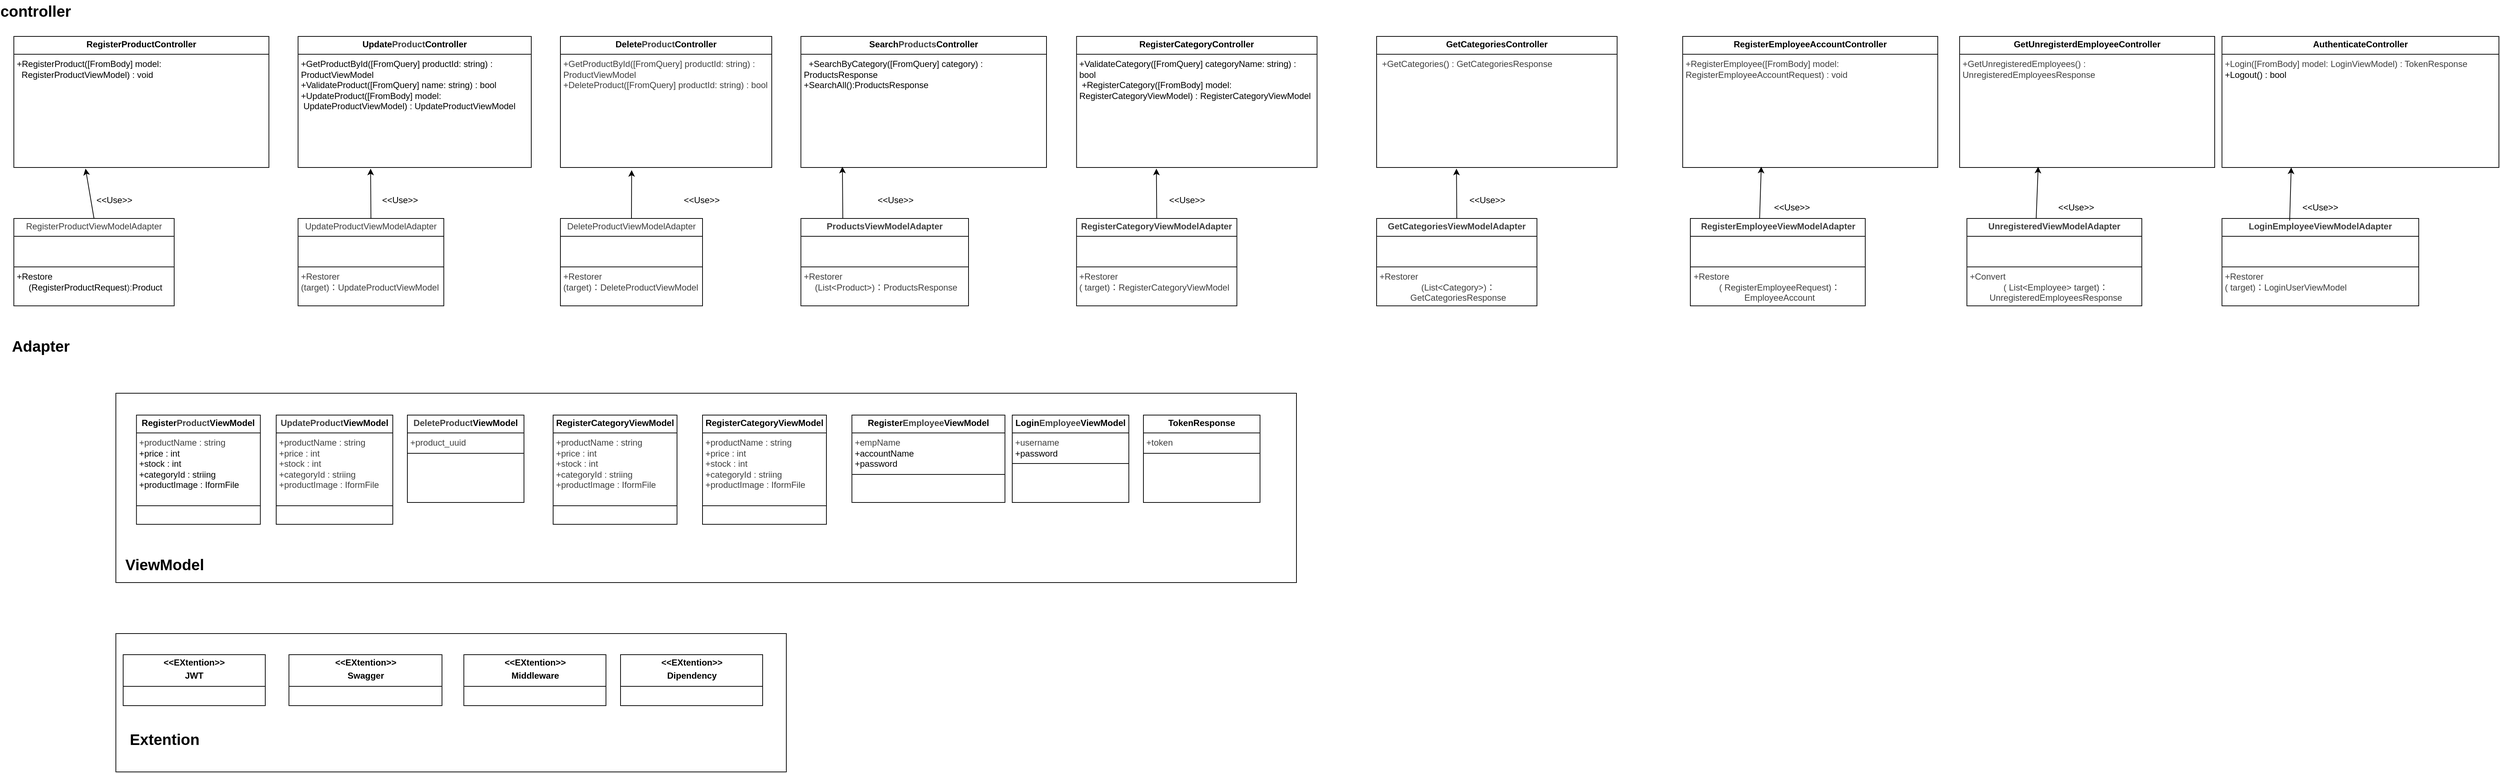
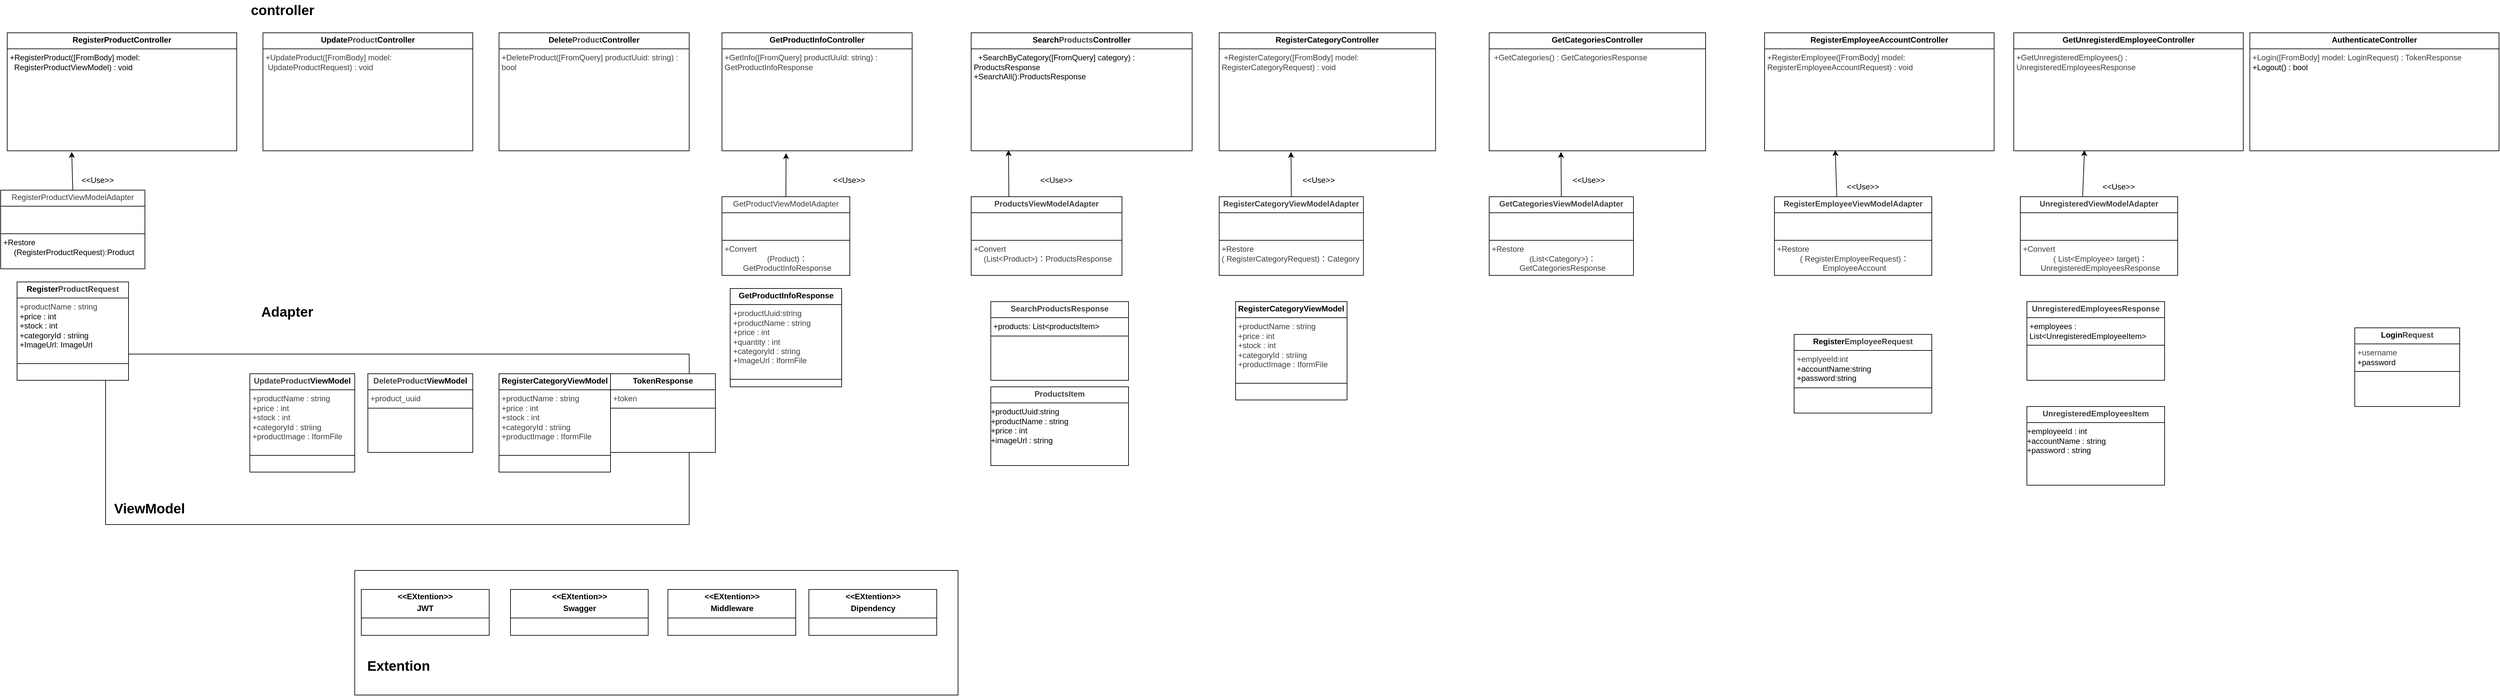
<mxfile host="65bd71144e">
    <diagram id="EApjV0AEF5bl3lN2ML2e" name="ページ1">
-         <mxGraphModel dx="1728" dy="364" grid="1" gridSize="10" guides="1" tooltips="1" connect="1" arrows="1" fold="1" page="1" pageScale="1" pageWidth="827" pageHeight="1169" math="0" shadow="0">
+         <mxGraphModel dx="3223" dy="623" grid="1" gridSize="10" guides="1" tooltips="1" connect="1" arrows="1" fold="1" page="1" pageScale="1" pageWidth="827" pageHeight="1169" math="0" shadow="0">
            <root>
                <mxCell id="0"/>
                <mxCell id="1" parent="0"/>
                <mxCell id="66" value="" style="rounded=0;whiteSpace=wrap;html=1;" parent="1" vertex="1">
                    <mxGeometry x="-450" y="1690" width="920" height="190" as="geometry"/>
                </mxCell>
                <mxCell id="65" value="" style="rounded=0;whiteSpace=wrap;html=1;" parent="1" vertex="1">
-                     <mxGeometry x="-450" y="1360" width="1620" height="260" as="geometry"/>
+                     <mxGeometry x="-830" y="1360" width="890" height="260" as="geometry"/>
                </mxCell>
                <mxCell id="2" value="&lt;p style=&quot;margin:0px;margin-top:4px;text-align:center;&quot;&gt;&lt;b&gt;RegisterProductController&lt;/b&gt;&lt;/p&gt;&lt;hr size=&quot;1&quot; style=&quot;border-style:solid;&quot;&gt;&lt;p style=&quot;margin:0px;margin-left:4px;&quot;&gt;+RegisterProduct([FromBody] model:&amp;nbsp; &amp;nbsp;&amp;nbsp;&lt;/p&gt;&lt;p style=&quot;margin:0px;margin-left:4px;&quot;&gt;&amp;nbsp; RegisterProductViewModel) : void&lt;/p&gt;&lt;div&gt;&lt;br&gt;&lt;/div&gt;" style="verticalAlign=top;align=left;overflow=fill;html=1;whiteSpace=wrap;" parent="1" vertex="1">
-                     <mxGeometry x="-590" y="870" width="350" height="180" as="geometry"/>
+                     <mxGeometry x="-980" y="870" width="350" height="180" as="geometry"/>
                </mxCell>
-                 <mxCell id="3" value="&lt;p style=&quot;margin:0px;margin-top:4px;text-align:center;&quot;&gt;&lt;b&gt;Register&lt;span style=&quot;color: rgb(63, 63, 63);&quot;&gt;Product&lt;/span&gt;ViewModel&lt;/b&gt;&lt;/p&gt;&lt;hr size=&quot;1&quot; style=&quot;border-style:solid;&quot;&gt;&lt;p style=&quot;margin:0px;margin-left:4px;&quot;&gt;&lt;span style=&quot;color: rgb(63, 63, 63); background-color: transparent;&quot;&gt;+productName : string&lt;/span&gt;&lt;/p&gt;&lt;p style=&quot;margin:0px;margin-left:4px;&quot;&gt;+price : int&lt;/p&gt;&lt;p style=&quot;margin:0px;margin-left:4px;&quot;&gt;+stock : int&lt;/p&gt;&lt;p style=&quot;margin:0px;margin-left:4px;&quot;&gt;+categoryId : striing&lt;/p&gt;&lt;p style=&quot;margin:0px;margin-left:4px;&quot;&gt;+productImage : IformFile&lt;/p&gt;&lt;p style=&quot;margin:0px;margin-left:4px;&quot;&gt;&lt;br&gt;&lt;/p&gt;&lt;hr size=&quot;1&quot; style=&quot;border-style:solid;&quot;&gt;&lt;p style=&quot;margin:0px;margin-left:4px;&quot;&gt;&lt;br&gt;&lt;/p&gt;" style="verticalAlign=top;align=left;overflow=fill;html=1;whiteSpace=wrap;" parent="1" vertex="1">
-                     <mxGeometry x="-421.75" y="1390" width="170" height="150" as="geometry"/>
+                 <mxCell id="3" value="&lt;p style=&quot;margin:0px;margin-top:4px;text-align:center;&quot;&gt;&lt;b&gt;Register&lt;span style=&quot;color: rgb(63, 63, 63);&quot;&gt;ProductRequest&lt;/span&gt;&lt;/b&gt;&lt;/p&gt;&lt;hr size=&quot;1&quot; style=&quot;border-style:solid;&quot;&gt;&lt;p style=&quot;margin:0px;margin-left:4px;&quot;&gt;&lt;span style=&quot;color: rgb(63, 63, 63); background-color: transparent;&quot;&gt;+productName : string&lt;/span&gt;&lt;/p&gt;&lt;p style=&quot;margin:0px;margin-left:4px;&quot;&gt;+price : int&lt;/p&gt;&lt;p style=&quot;margin:0px;margin-left:4px;&quot;&gt;+stock : int&lt;/p&gt;&lt;p style=&quot;margin:0px;margin-left:4px;&quot;&gt;+categoryId : striing&lt;/p&gt;&lt;p style=&quot;margin:0px;margin-left:4px;&quot;&gt;+ImageUrl: ImageUrl&lt;/p&gt;&lt;p style=&quot;margin:0px;margin-left:4px;&quot;&gt;&lt;br&gt;&lt;/p&gt;&lt;hr size=&quot;1&quot; style=&quot;border-style:solid;&quot;&gt;&lt;p style=&quot;margin:0px;margin-left:4px;&quot;&gt;&lt;br&gt;&lt;/p&gt;" style="verticalAlign=top;align=left;overflow=fill;html=1;whiteSpace=wrap;" parent="1" vertex="1">
+                     <mxGeometry x="-965" y="1250" width="170" height="150" as="geometry"/>
                </mxCell>
                <mxCell id="4" value="&lt;p style=&quot;margin:0px;margin-top:4px;text-align:center;&quot;&gt;&lt;span style=&quot;color: rgb(63, 63, 63); background-color: transparent;&quot;&gt;Register&lt;span style=&quot;color: rgb(63, 63, 63); scrollbar-color: rgb(226, 226, 226) rgb(251, 251, 251);&quot;&gt;Product&lt;/span&gt;ViewModelAdapter&lt;/span&gt;&lt;/p&gt;&lt;hr size=&quot;1&quot; style=&quot;border-style:solid;&quot;&gt;&lt;p style=&quot;margin:0px;margin-left:4px;&quot;&gt;&lt;br&gt;&lt;/p&gt;&lt;p style=&quot;margin:0px;margin-left:4px;&quot;&gt;&lt;br&gt;&lt;/p&gt;&lt;hr size=&quot;1&quot; style=&quot;border-style:solid;&quot;&gt;&lt;p style=&quot;margin:0px;margin-left:4px;&quot;&gt;+Restore&lt;/p&gt;&lt;p style=&quot;text-align: center; margin: 0px 0px 0px 4px;&quot;&gt;&lt;span style=&quot;background-color: transparent;&quot;&gt;(RegisterProductRequest&lt;/span&gt;&lt;span style=&quot;background-color: transparent; color: rgb(63, 63, 63);&quot;&gt;):&lt;/span&gt;&lt;span style=&quot;background-color: transparent;&quot;&gt;Product&lt;/span&gt;&lt;/p&gt;" style="verticalAlign=top;align=left;overflow=fill;html=1;whiteSpace=wrap;" parent="1" vertex="1">
-                     <mxGeometry x="-590" y="1120" width="220" height="120" as="geometry"/>
+                     <mxGeometry x="-990" y="1110" width="220" height="120" as="geometry"/>
                </mxCell>
-                 <mxCell id="5" value="&lt;p style=&quot;margin:0px;margin-top:4px;text-align:center;&quot;&gt;&lt;b&gt;Update&lt;/b&gt;&lt;b style=&quot;color: rgb(63, 63, 63); scrollbar-color: rgb(226, 226, 226) rgb(251, 251, 251);&quot;&gt;Product&lt;/b&gt;&lt;b&gt;Controller&lt;/b&gt;&lt;/p&gt;&lt;hr size=&quot;1&quot; style=&quot;border-style:solid;&quot;&gt;&lt;p style=&quot;margin:0px;margin-left:4px;&quot;&gt;&lt;/p&gt;&lt;p style=&quot;margin:0px;margin-left:4px;&quot;&gt;+GetProductById([FromQuery] productId: string) : ProductViewModel&amp;nbsp;&lt;/p&gt;&lt;p style=&quot;margin:0px;margin-left:4px;&quot;&gt;+ValidateProduct([FromQuery] name: string) : bool&lt;br&gt;  +UpdateProduct([FromBody] model:&amp;nbsp; &amp;nbsp;UpdateProductViewModel) : UpdateProductViewModel&lt;/p&gt;" style="verticalAlign=top;align=left;overflow=fill;html=1;whiteSpace=wrap;" parent="1" vertex="1">
-                     <mxGeometry x="-200" y="870" width="320" height="180" as="geometry"/>
+                 <mxCell id="5" value="&lt;p style=&quot;margin:0px;margin-top:4px;text-align:center;&quot;&gt;&lt;b&gt;Update&lt;/b&gt;&lt;b style=&quot;color: rgb(63, 63, 63); scrollbar-color: rgb(226, 226, 226) rgb(251, 251, 251);&quot;&gt;Product&lt;/b&gt;&lt;b&gt;Controller&lt;/b&gt;&lt;/p&gt;&lt;hr size=&quot;1&quot; style=&quot;border-style:solid;&quot;&gt;&lt;p style=&quot;margin:0px;margin-left:4px;&quot;&gt;&lt;/p&gt;&lt;p style=&quot;margin:0px;margin-left:4px;&quot;&gt;&lt;span style=&quot;color: rgb(63, 63, 63); background-color: transparent;&quot;&gt;+UpdateProduct([FromBody] model:&amp;nbsp; &amp;nbsp;UpdateProductRequest) : void&lt;/span&gt;&lt;/p&gt;" style="verticalAlign=top;align=left;overflow=fill;html=1;whiteSpace=wrap;" parent="1" vertex="1">
+                     <mxGeometry x="-590" y="870" width="320" height="180" as="geometry"/>
                </mxCell>
-                 <mxCell id="6" value="&lt;p style=&quot;margin:0px;margin-top:4px;text-align:center;&quot;&gt;&lt;b&gt;Delete&lt;/b&gt;&lt;b style=&quot;color: rgb(63, 63, 63); scrollbar-color: rgb(226, 226, 226) rgb(251, 251, 251);&quot;&gt;Product&lt;/b&gt;&lt;b&gt;Controller&lt;/b&gt;&lt;/p&gt;&lt;hr size=&quot;1&quot; style=&quot;border-style:solid;&quot;&gt;&lt;p style=&quot;color: rgb(63, 63, 63); scrollbar-color: rgb(226, 226, 226) rgb(251, 251, 251); margin: 0px 0px 0px 4px;&quot;&gt;+GetProductById([FromQuery] productId: string) : ProductViewModel&lt;/p&gt;&lt;p style=&quot;color: rgb(63, 63, 63); scrollbar-color: rgb(226, 226, 226) rgb(251, 251, 251); margin: 0px 0px 0px 4px;&quot;&gt;+DeleteProduct([FromQuery] productId: string) : bool&lt;/p&gt;" style="verticalAlign=top;align=left;overflow=fill;html=1;whiteSpace=wrap;" parent="1" vertex="1">
-                     <mxGeometry x="160" y="870" width="290" height="180" as="geometry"/>
+                 <mxCell id="6" value="&lt;p style=&quot;margin:0px;margin-top:4px;text-align:center;&quot;&gt;&lt;b&gt;Delete&lt;/b&gt;&lt;b style=&quot;color: rgb(63, 63, 63); scrollbar-color: rgb(226, 226, 226) rgb(251, 251, 251);&quot;&gt;Product&lt;/b&gt;&lt;b&gt;Controller&lt;/b&gt;&lt;/p&gt;&lt;hr size=&quot;1&quot; style=&quot;border-style:solid;&quot;&gt;&lt;p style=&quot;color: rgb(63, 63, 63); scrollbar-color: rgb(226, 226, 226) rgb(251, 251, 251); margin: 0px 0px 0px 4px;&quot;&gt;&lt;span style=&quot;background-color: transparent;&quot;&gt;+DeleteProduct([FromQuery] productUuid: string) : bool&lt;/span&gt;&lt;/p&gt;" style="verticalAlign=top;align=left;overflow=fill;html=1;whiteSpace=wrap;" parent="1" vertex="1">
+                     <mxGeometry x="-230" y="870" width="290" height="180" as="geometry"/>
                </mxCell>
                <mxCell id="7" value="&lt;p style=&quot;margin:0px;margin-top:4px;text-align:center;&quot;&gt;&lt;b&gt;Search&lt;/b&gt;&lt;b style=&quot;color: rgb(63, 63, 63); scrollbar-color: rgb(226, 226, 226) rgb(251, 251, 251);&quot;&gt;Products&lt;/b&gt;&lt;b&gt;Controller&lt;/b&gt;&lt;/p&gt;&lt;hr size=&quot;1&quot; style=&quot;border-style:solid;&quot;&gt;&lt;p style=&quot;margin:0px;margin-left:4px;&quot;&gt;&amp;nbsp; +SearchByCategory([FromQuery] category) : ProductsResponse&lt;/p&gt;&lt;p style=&quot;margin:0px;margin-left:4px;&quot;&gt;+SearchAll():ProductsResponse&lt;/p&gt;" style="verticalAlign=top;align=left;overflow=fill;html=1;whiteSpace=wrap;" parent="1" vertex="1">
                    <mxGeometry x="490" y="870" width="337" height="180" as="geometry"/>
                </mxCell>
                <mxCell id="8" value="&lt;p style=&quot;margin:0px;margin-top:4px;text-align:center;&quot;&gt;&lt;b&gt;RegisterEmployeeAccountController&lt;/b&gt;&lt;/p&gt;&lt;hr size=&quot;1&quot; style=&quot;border-style:solid;&quot;&gt;&lt;p style=&quot;margin:0px;margin-left:4px;&quot;&gt;&lt;span style=&quot;color: rgb(63, 63, 63); background-color: transparent;&quot;&gt;+RegisterEmployee([FromBody] model: RegisterEmployeeAccountRequest) : void&lt;/span&gt;&lt;/p&gt;&lt;div&gt;&lt;br&gt;&lt;/div&gt;" style="verticalAlign=top;align=left;overflow=fill;html=1;whiteSpace=wrap;" parent="1" vertex="1">
                    <mxGeometry x="1700" y="870" width="350" height="180" as="geometry"/>
                </mxCell>
-                 <mxCell id="9" value="&lt;p style=&quot;margin:0px;margin-top:4px;text-align:center;&quot;&gt;&lt;b&gt;AuthenticateController&lt;/b&gt;&lt;/p&gt;&lt;hr size=&quot;1&quot; style=&quot;border-style:solid;&quot;&gt;&lt;p style=&quot;margin:0px;margin-left:4px;&quot;&gt;&lt;span style=&quot;color: rgb(63, 63, 63); background-color: transparent;&quot;&gt;+Login([FromBody] model: LoginViewModel) : TokenResponse&amp;nbsp;&lt;/span&gt;&lt;/p&gt;&lt;p style=&quot;margin:0px;margin-left:4px;&quot;&gt;+Logout() : bool&lt;/p&gt;" style="verticalAlign=top;align=left;overflow=fill;html=1;whiteSpace=wrap;" parent="1" vertex="1">
+                 <mxCell id="9" value="&lt;p style=&quot;margin:0px;margin-top:4px;text-align:center;&quot;&gt;&lt;b&gt;AuthenticateController&lt;/b&gt;&lt;/p&gt;&lt;hr size=&quot;1&quot; style=&quot;border-style:solid;&quot;&gt;&lt;p style=&quot;margin:0px;margin-left:4px;&quot;&gt;&lt;span style=&quot;color: rgb(63, 63, 63); background-color: transparent;&quot;&gt;+Login([FromBody] model: LoginRequest) : TokenResponse&amp;nbsp;&lt;/span&gt;&lt;/p&gt;&lt;p style=&quot;margin:0px;margin-left:4px;&quot;&gt;+Logout() : bool&lt;/p&gt;" style="verticalAlign=top;align=left;overflow=fill;html=1;whiteSpace=wrap;" parent="1" vertex="1">
                    <mxGeometry x="2440" y="870" width="380" height="180" as="geometry"/>
                </mxCell>
                <mxCell id="10" value="&lt;p style=&quot;margin:0px;margin-top:4px;text-align:center;&quot;&gt;&lt;b&gt;&lt;span style=&quot;background-color: transparent; color: rgb(63, 63, 63); scrollbar-color: rgb(226, 226, 226) rgb(251, 251, 251);&quot;&gt;Update&lt;/span&gt;&lt;span style=&quot;color: rgb(63, 63, 63);&quot;&gt;Product&lt;/span&gt;ViewModel&lt;/b&gt;&lt;/p&gt;&lt;hr size=&quot;1&quot; style=&quot;border-style:solid;&quot;&gt;&lt;p style=&quot;color: rgb(63, 63, 63); scrollbar-color: rgb(226, 226, 226) rgb(251, 251, 251); margin: 0px 0px 0px 4px;&quot;&gt;&lt;span style=&quot;scrollbar-color: rgb(226, 226, 226) rgb(251, 251, 251); background-color: transparent; color: rgb(63, 63, 63);&quot;&gt;+productName : string&lt;/span&gt;&lt;/p&gt;&lt;p style=&quot;color: rgb(63, 63, 63); scrollbar-color: rgb(226, 226, 226) rgb(251, 251, 251); margin: 0px 0px 0px 4px;&quot;&gt;+price : int&lt;/p&gt;&lt;p style=&quot;color: rgb(63, 63, 63); scrollbar-color: rgb(226, 226, 226) rgb(251, 251, 251); margin: 0px 0px 0px 4px;&quot;&gt;+stock : int&lt;/p&gt;&lt;p style=&quot;color: rgb(63, 63, 63); scrollbar-color: rgb(226, 226, 226) rgb(251, 251, 251); margin: 0px 0px 0px 4px;&quot;&gt;+categoryId : striing&lt;/p&gt;&lt;p style=&quot;color: rgb(63, 63, 63); scrollbar-color: rgb(226, 226, 226) rgb(251, 251, 251); margin: 0px 0px 0px 4px;&quot;&gt;+productImage : IformFile&lt;/p&gt;&lt;p style=&quot;color: rgb(63, 63, 63); scrollbar-color: rgb(226, 226, 226) rgb(251, 251, 251); margin: 0px 0px 0px 4px;&quot;&gt;&lt;br style=&quot;color: rgb(63, 63, 63); scrollbar-color: rgb(226, 226, 226) rgb(251, 251, 251);&quot;&gt;&lt;/p&gt;&lt;hr size=&quot;1&quot; style=&quot;border-style:solid;&quot;&gt;&lt;p style=&quot;margin:0px;margin-left:4px;&quot;&gt;&lt;br&gt;&lt;/p&gt;" style="verticalAlign=top;align=left;overflow=fill;html=1;whiteSpace=wrap;" parent="1" vertex="1">
-                     <mxGeometry x="-230" y="1390" width="160" height="150" as="geometry"/>
+                     <mxGeometry x="-610" y="1390" width="160" height="150" as="geometry"/>
                </mxCell>
                <mxCell id="11" value="&lt;p style=&quot;margin:0px;margin-top:4px;text-align:center;&quot;&gt;&lt;b style=&quot;background-color: transparent; color: rgb(63, 63, 63); scrollbar-color: rgb(226, 226, 226) rgb(251, 251, 251);&quot;&gt;Delete&lt;/b&gt;&lt;b style=&quot;color: rgb(63, 63, 63); scrollbar-color: rgb(226, 226, 226) rgb(251, 251, 251);&quot;&gt;Product&lt;/b&gt;&lt;b&gt;ViewModel&lt;/b&gt;&lt;/p&gt;&lt;hr size=&quot;1&quot; style=&quot;border-style:solid;&quot;&gt;&lt;p style=&quot;margin:0px;margin-left:4px;&quot;&gt;&lt;span style=&quot;color: rgb(63, 63, 63); background-color: transparent;&quot;&gt;+product_uuid&lt;/span&gt;&lt;/p&gt;&lt;hr size=&quot;1&quot; style=&quot;border-style:solid;&quot;&gt;&lt;p style=&quot;margin:0px;margin-left:4px;&quot;&gt;&lt;br&gt;&lt;/p&gt;" style="verticalAlign=top;align=left;overflow=fill;html=1;whiteSpace=wrap;" parent="1" vertex="1">
-                     <mxGeometry x="-50" y="1390" width="160" height="120" as="geometry"/>
+                     <mxGeometry x="-430" y="1390" width="160" height="120" as="geometry"/>
                </mxCell>
-                 <mxCell id="12" value="&lt;p style=&quot;margin:0px;margin-top:4px;text-align:center;&quot;&gt;&lt;b&gt;Register&lt;/b&gt;&lt;b style=&quot;scrollbar-color: rgb(226, 226, 226) rgb(251, 251, 251); background-color: transparent; color: rgb(63, 63, 63);&quot;&gt;Employee&lt;/b&gt;&lt;b&gt;ViewModel&lt;/b&gt;&lt;/p&gt;&lt;hr size=&quot;1&quot; style=&quot;border-style:solid;&quot;&gt;&lt;p style=&quot;margin:0px;margin-left:4px;&quot;&gt;&lt;span style=&quot;color: rgb(63, 63, 63); background-color: transparent;&quot;&gt;+empName&lt;/span&gt;&lt;/p&gt;&lt;p style=&quot;margin:0px;margin-left:4px;&quot;&gt;+accountName&lt;/p&gt;&lt;p style=&quot;margin:0px;margin-left:4px;&quot;&gt;+password&lt;/p&gt;&lt;hr size=&quot;1&quot; style=&quot;border-style:solid;&quot;&gt;&lt;p style=&quot;margin:0px;margin-left:4px;&quot;&gt;&lt;br&gt;&lt;/p&gt;" style="verticalAlign=top;align=left;overflow=fill;html=1;whiteSpace=wrap;" parent="1" vertex="1">
-                     <mxGeometry x="560" y="1390" width="210" height="120" as="geometry"/>
+                 <mxCell id="12" value="&lt;p style=&quot;margin:0px;margin-top:4px;text-align:center;&quot;&gt;&lt;b&gt;Register&lt;/b&gt;&lt;b style=&quot;scrollbar-color: rgb(226, 226, 226) rgb(251, 251, 251); background-color: transparent; color: rgb(63, 63, 63);&quot;&gt;EmployeeRequest&lt;/b&gt;&lt;/p&gt;&lt;hr size=&quot;1&quot; style=&quot;border-style:solid;&quot;&gt;&lt;p style=&quot;margin:0px;margin-left:4px;&quot;&gt;&lt;span style=&quot;color: rgb(63, 63, 63); background-color: transparent;&quot;&gt;+emplyeeId:int&lt;/span&gt;&lt;/p&gt;&lt;p style=&quot;margin:0px;margin-left:4px;&quot;&gt;+accountName:string&lt;/p&gt;&lt;p style=&quot;margin:0px;margin-left:4px;&quot;&gt;+password:string&lt;/p&gt;&lt;hr size=&quot;1&quot; style=&quot;border-style:solid;&quot;&gt;&lt;p style=&quot;margin:0px;margin-left:4px;&quot;&gt;&lt;br&gt;&lt;/p&gt;" style="verticalAlign=top;align=left;overflow=fill;html=1;whiteSpace=wrap;" parent="1" vertex="1">
+                     <mxGeometry x="1745" y="1330" width="210" height="120" as="geometry"/>
                </mxCell>
                <mxCell id="13" value="&lt;p style=&quot;margin:0px;margin-top:4px;text-align:center;&quot;&gt;&lt;b style=&quot;color: rgb(63, 63, 63); background-color: transparent;&quot;&gt;Register&lt;span style=&quot;color: rgb(63, 63, 63);&quot;&gt;Employee&lt;/span&gt;ViewModelAdapter&lt;/b&gt;&lt;/p&gt;&lt;hr size=&quot;1&quot; style=&quot;border-style:solid;&quot;&gt;&lt;p style=&quot;margin:0px;margin-left:4px;&quot;&gt;&lt;br&gt;&lt;/p&gt;&lt;p style=&quot;margin:0px;margin-left:4px;&quot;&gt;&lt;br&gt;&lt;/p&gt;&lt;hr size=&quot;1&quot; style=&quot;border-style:solid;&quot;&gt;&lt;p style=&quot;margin:0px;margin-left:4px;&quot;&gt;&lt;span style=&quot;color: rgb(63, 63, 63); scrollbar-color: rgb(226, 226, 226) rgb(251, 251, 251); background-color: transparent;&quot;&gt;+Restore&lt;/span&gt;&lt;/p&gt;&lt;p style=&quot;text-align: center; margin: 0px 0px 0px 4px;&quot;&gt;&lt;span style=&quot;color: rgb(63, 63, 63); scrollbar-color: rgb(226, 226, 226) rgb(251, 251, 251); background-color: transparent;&quot;&gt;(&lt;/span&gt;&lt;span style=&quot;scrollbar-color: rgb(226, 226, 226) rgb(251, 251, 251); background-color: transparent; text-align: center; color: rgb(63, 63, 63);&quot;&gt;&amp;nbsp;RegisterEmployeeRequest&lt;/span&gt;&lt;span style=&quot;background-color: transparent; scrollbar-color: rgb(226, 226, 226) rgb(251, 251, 251); color: rgb(63, 63, 63);&quot;&gt;)&lt;/span&gt;&lt;span style=&quot;background-color: transparent; color: rgb(63, 63, 63);&quot;&gt;：EmployeeAccount&lt;/span&gt;&lt;/p&gt;" style="verticalAlign=top;align=left;overflow=fill;html=1;whiteSpace=wrap;" parent="1" vertex="1">
-                     <mxGeometry x="1710.5" y="1120" width="240" height="120" as="geometry"/>
+                     <mxGeometry x="1715" y="1120" width="240" height="120" as="geometry"/>
                </mxCell>
-                 <mxCell id="14" value="&lt;p style=&quot;margin:0px;margin-top:4px;text-align:center;&quot;&gt;&lt;span style=&quot;color: rgb(63, 63, 63); background-color: transparent;&quot;&gt;Update&lt;span style=&quot;color: rgb(63, 63, 63);&quot;&gt;Product&lt;/span&gt;ViewModelAdapter&lt;/span&gt;&lt;/p&gt;&lt;hr size=&quot;1&quot; style=&quot;border-style:solid;&quot;&gt;&lt;p style=&quot;margin:0px;margin-left:4px;&quot;&gt;&lt;br&gt;&lt;/p&gt;&lt;p style=&quot;margin:0px;margin-left:4px;&quot;&gt;&lt;br&gt;&lt;/p&gt;&lt;hr size=&quot;1&quot; style=&quot;border-style:solid;&quot;&gt;&lt;p style=&quot;margin:0px;margin-left:4px;&quot;&gt;&lt;span style=&quot;color: rgb(63, 63, 63); scrollbar-color: rgb(226, 226, 226) rgb(251, 251, 251); background-color: transparent;&quot;&gt;+Restorer&lt;/span&gt;&lt;/p&gt;&lt;p style=&quot;margin:0px;margin-left:4px;&quot;&gt;&lt;span style=&quot;color: rgb(63, 63, 63); scrollbar-color: rgb(226, 226, 226) rgb(251, 251, 251); background-color: transparent;&quot;&gt;(&lt;/span&gt;&lt;span style=&quot;color: rgb(63, 63, 63); text-align: center; background-color: transparent;&quot;&gt;target&lt;/span&gt;&lt;span style=&quot;background-color: transparent; scrollbar-color: rgb(226, 226, 226) rgb(251, 251, 251); color: rgb(63, 63, 63);&quot;&gt;)&lt;/span&gt;&lt;span style=&quot;background-color: transparent; color: rgb(63, 63, 63);&quot;&gt;：&lt;/span&gt;&lt;span style=&quot;background-color: transparent; scrollbar-color: rgb(226, 226, 226) rgb(251, 251, 251); color: rgb(63, 63, 63);&quot;&gt;UpdateProduct&lt;/span&gt;&lt;span style=&quot;background-color: transparent; scrollbar-color: rgb(226, 226, 226) rgb(251, 251, 251); text-align: center; color: rgb(63, 63, 63);&quot;&gt;ViewModel&lt;/span&gt;&lt;/p&gt;" style="verticalAlign=top;align=left;overflow=fill;html=1;whiteSpace=wrap;" parent="1" vertex="1">
-                     <mxGeometry x="-200" y="1120" width="200" height="120" as="geometry"/>
-                 </mxCell>
-                 <mxCell id="15" value="&lt;p style=&quot;margin:0px;margin-top:4px;text-align:center;&quot;&gt;&lt;span style=&quot;color: rgb(63, 63, 63); background-color: transparent;&quot;&gt;Delete&lt;span style=&quot;color: rgb(63, 63, 63);&quot;&gt;Product&lt;/span&gt;ViewModelAdapter&lt;/span&gt;&lt;/p&gt;&lt;hr size=&quot;1&quot; style=&quot;border-style:solid;&quot;&gt;&lt;p style=&quot;margin:0px;margin-left:4px;&quot;&gt;&lt;br&gt;&lt;/p&gt;&lt;p style=&quot;margin:0px;margin-left:4px;&quot;&gt;&lt;br&gt;&lt;/p&gt;&lt;hr size=&quot;1&quot; style=&quot;border-style:solid;&quot;&gt;&lt;p style=&quot;margin:0px;margin-left:4px;&quot;&gt;&lt;span style=&quot;color: rgb(63, 63, 63); scrollbar-color: rgb(226, 226, 226) rgb(251, 251, 251); background-color: transparent;&quot;&gt;+&lt;span style=&quot;color: rgb(63, 63, 63);&quot;&gt;Restorer&lt;/span&gt;&lt;/span&gt;&lt;/p&gt;&lt;p style=&quot;margin:0px;margin-left:4px;&quot;&gt;&lt;span style=&quot;color: rgb(63, 63, 63); scrollbar-color: rgb(226, 226, 226) rgb(251, 251, 251); background-color: transparent;&quot;&gt;(&lt;/span&gt;&lt;span style=&quot;color: rgb(63, 63, 63); text-align: center; background-color: transparent;&quot;&gt;target&lt;/span&gt;&lt;span style=&quot;background-color: transparent; scrollbar-color: rgb(226, 226, 226) rgb(251, 251, 251); color: rgb(63, 63, 63);&quot;&gt;)&lt;/span&gt;&lt;span style=&quot;background-color: transparent; color: rgb(63, 63, 63);&quot;&gt;：&lt;/span&gt;&lt;span style=&quot;background-color: transparent; scrollbar-color: rgb(226, 226, 226) rgb(251, 251, 251); color: rgb(63, 63, 63);&quot;&gt;DeleteProduct&lt;/span&gt;&lt;span style=&quot;background-color: transparent; scrollbar-color: rgb(226, 226, 226) rgb(251, 251, 251); text-align: center; color: rgb(63, 63, 63);&quot;&gt;ViewModel&lt;/span&gt;&lt;/p&gt;" style="verticalAlign=top;align=left;overflow=fill;html=1;whiteSpace=wrap;" parent="1" vertex="1">
-                     <mxGeometry x="160" y="1120" width="195" height="120" as="geometry"/>
-                 </mxCell>
-                 <mxCell id="16" value="&lt;p style=&quot;margin:0px;margin-top:4px;text-align:center;&quot;&gt;&lt;b&gt;Login&lt;span style=&quot;color: rgb(63, 63, 63);&quot;&gt;Employee&lt;/span&gt;ViewModel&lt;/b&gt;&lt;/p&gt;&lt;hr size=&quot;1&quot; style=&quot;border-style:solid;&quot;&gt;&lt;p style=&quot;margin:0px;margin-left:4px;&quot;&gt;&lt;span style=&quot;color: rgb(63, 63, 63); background-color: transparent;&quot;&gt;+username&lt;/span&gt;&lt;/p&gt;&lt;p style=&quot;margin:0px;margin-left:4px;&quot;&gt;+password&lt;/p&gt;&lt;hr size=&quot;1&quot; style=&quot;border-style:solid;&quot;&gt;&lt;p style=&quot;margin:0px;margin-left:4px;&quot;&gt;&lt;br&gt;&lt;/p&gt;" style="verticalAlign=top;align=left;overflow=fill;html=1;whiteSpace=wrap;" parent="1" vertex="1">
-                     <mxGeometry x="780" y="1390" width="160" height="120" as="geometry"/>
+                 <mxCell id="16" value="&lt;p style=&quot;margin:0px;margin-top:4px;text-align:center;&quot;&gt;&lt;b&gt;Login&lt;span style=&quot;color: rgb(63, 63, 63);&quot;&gt;Request&lt;/span&gt;&lt;/b&gt;&lt;/p&gt;&lt;hr size=&quot;1&quot; style=&quot;border-style:solid;&quot;&gt;&lt;p style=&quot;margin:0px;margin-left:4px;&quot;&gt;&lt;span style=&quot;color: rgb(63, 63, 63); background-color: transparent;&quot;&gt;+username&lt;/span&gt;&lt;/p&gt;&lt;p style=&quot;margin:0px;margin-left:4px;&quot;&gt;+password&lt;/p&gt;&lt;hr size=&quot;1&quot; style=&quot;border-style:solid;&quot;&gt;&lt;p style=&quot;margin:0px;margin-left:4px;&quot;&gt;&lt;br&gt;&lt;/p&gt;" style="verticalAlign=top;align=left;overflow=fill;html=1;whiteSpace=wrap;" parent="1" vertex="1">
+                     <mxGeometry x="2600" y="1320" width="160" height="120" as="geometry"/>
                </mxCell>
                <mxCell id="17" value="&lt;p style=&quot;margin:0px;margin-top:4px;text-align:center;&quot;&gt;&lt;b&gt;TokenResponse&lt;/b&gt;&lt;/p&gt;&lt;hr size=&quot;1&quot; style=&quot;border-style:solid;&quot;&gt;&lt;p style=&quot;margin:0px;margin-left:4px;&quot;&gt;&lt;span style=&quot;color: rgb(63, 63, 63); background-color: transparent;&quot;&gt;+token&lt;/span&gt;&lt;/p&gt;&lt;hr size=&quot;1&quot; style=&quot;border-style:solid;&quot;&gt;&lt;p style=&quot;margin:0px;margin-left:4px;&quot;&gt;&lt;br&gt;&lt;/p&gt;" style="verticalAlign=top;align=left;overflow=fill;html=1;whiteSpace=wrap;" parent="1" vertex="1">
-                     <mxGeometry x="960" y="1390" width="160" height="120" as="geometry"/>
+                     <mxGeometry x="-60" y="1390" width="160" height="120" as="geometry"/>
                </mxCell>
                <mxCell id="18" value="&lt;p style=&quot;margin:0px;margin-top:4px;text-align:center;&quot;&gt;&lt;b&gt;&amp;lt;&amp;lt;EXtention&amp;gt;&amp;gt;&lt;/b&gt;&lt;/p&gt;&lt;p style=&quot;margin:0px;margin-top:4px;text-align:center;&quot;&gt;&lt;b&gt;JWT&lt;/b&gt;&lt;/p&gt;&lt;hr size=&quot;1&quot; style=&quot;border-style:solid;&quot;&gt;&lt;p style=&quot;margin:0px;margin-left:4px;&quot;&gt;&lt;br&gt;&lt;/p&gt;&lt;p style=&quot;margin:0px;margin-left:4px;&quot;&gt;&lt;br&gt;&lt;/p&gt;&lt;hr size=&quot;1&quot; style=&quot;border-style:solid;&quot;&gt;&lt;p style=&quot;margin:0px;margin-left:4px;&quot;&gt;&lt;br&gt;&lt;/p&gt;&lt;p style=&quot;margin:0px;margin-left:4px;&quot;&gt;&lt;br&gt;&lt;/p&gt;" style="verticalAlign=top;align=left;overflow=fill;html=1;whiteSpace=wrap;" parent="1" vertex="1">
                    <mxGeometry x="-440" y="1719" width="195" height="70" as="geometry"/>
                </mxCell>
                <mxCell id="19" value="&lt;p style=&quot;margin:0px;margin-top:4px;text-align:center;&quot;&gt;&lt;b&gt;&amp;lt;&amp;lt;EXtention&amp;gt;&amp;gt;&lt;/b&gt;&lt;/p&gt;&lt;p style=&quot;margin:0px;margin-top:4px;text-align:center;&quot;&gt;&lt;b&gt;Swagger&lt;/b&gt;&lt;/p&gt;&lt;hr size=&quot;1&quot; style=&quot;border-style:solid;&quot;&gt;&lt;p style=&quot;margin:0px;margin-left:4px;&quot;&gt;&lt;br&gt;&lt;/p&gt;&lt;p style=&quot;margin:0px;margin-left:4px;&quot;&gt;&lt;br&gt;&lt;/p&gt;&lt;hr size=&quot;1&quot; style=&quot;border-style:solid;&quot;&gt;&lt;p style=&quot;margin:0px;margin-left:4px;&quot;&gt;&lt;br&gt;&lt;/p&gt;" style="verticalAlign=top;align=left;overflow=fill;html=1;whiteSpace=wrap;" parent="1" vertex="1">
                    <mxGeometry x="-212.5" y="1719" width="210" height="70" as="geometry"/>
                </mxCell>
                <mxCell id="20" value="&lt;p style=&quot;margin:0px;margin-top:4px;text-align:center;&quot;&gt;&lt;b&gt;&amp;lt;&amp;lt;EXtention&amp;gt;&amp;gt;&lt;/b&gt;&lt;/p&gt;&lt;p style=&quot;margin:0px;margin-top:4px;text-align:center;&quot;&gt;&lt;b&gt;Middleware&lt;/b&gt;&lt;/p&gt;&lt;hr size=&quot;1&quot; style=&quot;border-style:solid;&quot;&gt;&lt;p style=&quot;margin:0px;margin-left:4px;&quot;&gt;&lt;br&gt;&lt;/p&gt;&lt;hr size=&quot;1&quot; style=&quot;border-style:solid;&quot;&gt;&lt;p style=&quot;margin:0px;margin-left:4px;&quot;&gt;&lt;br&gt;&lt;/p&gt;" style="verticalAlign=top;align=left;overflow=fill;html=1;whiteSpace=wrap;" parent="1" vertex="1">
                    <mxGeometry x="27.5" y="1719" width="195" height="70" as="geometry"/>
                </mxCell>
                <mxCell id="21" value="&lt;p style=&quot;margin:0px;margin-top:4px;text-align:center;&quot;&gt;&lt;b&gt;&amp;lt;&amp;lt;EXtention&amp;gt;&amp;gt;&lt;/b&gt;&lt;/p&gt;&lt;p style=&quot;margin:0px;margin-top:4px;text-align:center;&quot;&gt;&lt;b&gt;Dipendency&lt;/b&gt;&lt;/p&gt;&lt;hr size=&quot;1&quot; style=&quot;border-style:solid;&quot;&gt;&lt;p style=&quot;margin:0px;margin-left:4px;&quot;&gt;&lt;br&gt;&lt;/p&gt;&lt;hr size=&quot;1&quot; style=&quot;border-style:solid;&quot;&gt;&lt;p style=&quot;margin:0px;margin-left:4px;&quot;&gt;&lt;br&gt;&lt;/p&gt;&lt;p style=&quot;margin:0px;margin-left:4px;&quot;&gt;&lt;br&gt;&lt;/p&gt;" style="verticalAlign=top;align=left;overflow=fill;html=1;whiteSpace=wrap;" parent="1" vertex="1">
                    <mxGeometry x="242.5" y="1719" width="195" height="70" as="geometry"/>
                </mxCell>
-                 <mxCell id="22" value="&lt;p style=&quot;margin:0px;margin-top:4px;text-align:center;&quot;&gt;&lt;b&gt;RegisterCategoryController&lt;/b&gt;&lt;/p&gt;&lt;hr size=&quot;1&quot; style=&quot;border-style:solid;&quot;&gt;&lt;p style=&quot;margin:0px;margin-left:4px;&quot;&gt;&lt;/p&gt;&lt;p style=&quot;margin:0px;margin-left:4px;&quot;&gt;+ValidateCategory([FromQuery] categoryName: string) : bool&amp;nbsp;&lt;/p&gt;&lt;p style=&quot;margin:0px;margin-left:4px;&quot;&gt;&amp;nbsp;+RegisterCategory([FromBody] model: RegisterCategoryViewModel) : RegisterCategoryViewModel&lt;/p&gt;" style="verticalAlign=top;align=left;overflow=fill;html=1;whiteSpace=wrap;" parent="1" vertex="1">
+                 <mxCell id="22" value="&lt;p style=&quot;margin:0px;margin-top:4px;text-align:center;&quot;&gt;&lt;b&gt;RegisterCategoryController&lt;/b&gt;&lt;/p&gt;&lt;hr size=&quot;1&quot; style=&quot;border-style:solid;&quot;&gt;&lt;p style=&quot;margin:0px;margin-left:4px;&quot;&gt;&lt;/p&gt;&lt;p style=&quot;margin:0px;margin-left:4px;&quot;&gt;&lt;span style=&quot;color: rgb(63, 63, 63); background-color: transparent;&quot;&gt;&amp;nbsp;+RegisterCategory([FromBody] model: RegisterCategoryRequest) : void&lt;/span&gt;&lt;/p&gt;" style="verticalAlign=top;align=left;overflow=fill;html=1;whiteSpace=wrap;" parent="1" vertex="1">
                    <mxGeometry x="868.25" y="870" width="330" height="180" as="geometry"/>
                </mxCell>
                <mxCell id="23" value="&lt;p style=&quot;margin:0px;margin-top:4px;text-align:center;&quot;&gt;&lt;b&gt;RegisterCategoryViewModel&lt;/b&gt;&lt;/p&gt;&lt;hr size=&quot;1&quot; style=&quot;border-style:solid;&quot;&gt;&lt;p style=&quot;color: rgb(63, 63, 63); scrollbar-color: rgb(226, 226, 226) rgb(251, 251, 251); margin: 0px 0px 0px 4px;&quot;&gt;&lt;span style=&quot;scrollbar-color: rgb(226, 226, 226) rgb(251, 251, 251); background-color: transparent; color: rgb(63, 63, 63);&quot;&gt;+productName : string&lt;/span&gt;&lt;/p&gt;&lt;p style=&quot;color: rgb(63, 63, 63); scrollbar-color: rgb(226, 226, 226) rgb(251, 251, 251); margin: 0px 0px 0px 4px;&quot;&gt;+price : int&lt;/p&gt;&lt;p style=&quot;color: rgb(63, 63, 63); scrollbar-color: rgb(226, 226, 226) rgb(251, 251, 251); margin: 0px 0px 0px 4px;&quot;&gt;+stock : int&lt;/p&gt;&lt;p style=&quot;color: rgb(63, 63, 63); scrollbar-color: rgb(226, 226, 226) rgb(251, 251, 251); margin: 0px 0px 0px 4px;&quot;&gt;+categoryId : striing&lt;/p&gt;&lt;p style=&quot;color: rgb(63, 63, 63); scrollbar-color: rgb(226, 226, 226) rgb(251, 251, 251); margin: 0px 0px 0px 4px;&quot;&gt;+productImage : IformFile&lt;/p&gt;&lt;p style=&quot;margin:0px;margin-left:4px;&quot;&gt;&lt;br&gt;&lt;/p&gt;&lt;hr size=&quot;1&quot; style=&quot;border-style:solid;&quot;&gt;&lt;p style=&quot;margin:0px;margin-left:4px;&quot;&gt;&lt;br&gt;&lt;/p&gt;" style="verticalAlign=top;align=left;overflow=fill;html=1;whiteSpace=wrap;" parent="1" vertex="1">
-                     <mxGeometry x="355" y="1390" width="170" height="150" as="geometry"/>
+                     <mxGeometry x="893.25" y="1280" width="170" height="150" as="geometry"/>
                </mxCell>
                <mxCell id="26" style="edgeStyle=none;html=1;exitX=0.5;exitY=0;exitDx=0;exitDy=0;entryX=0.281;entryY=1.009;entryDx=0;entryDy=0;entryPerimeter=0;" parent="1" source="4" target="2" edge="1">
                    <mxGeometry relative="1" as="geometry"/>
                </mxCell>
-                 <mxCell id="28" style="edgeStyle=none;html=1;exitX=0.5;exitY=0;exitDx=0;exitDy=0;entryX=0.311;entryY=1.009;entryDx=0;entryDy=0;entryPerimeter=0;" parent="1" source="14" target="5" edge="1">
-                     <mxGeometry relative="1" as="geometry"/>
-                 </mxCell>
-                 <mxCell id="30" style="edgeStyle=none;html=1;exitX=0.5;exitY=0;exitDx=0;exitDy=0;entryX=0.337;entryY=1.02;entryDx=0;entryDy=0;entryPerimeter=0;" parent="1" source="15" target="6" edge="1">
-                     <mxGeometry relative="1" as="geometry"/>
-                 </mxCell>
-                 <mxCell id="31" value="&lt;p style=&quot;margin:0px;margin-top:4px;text-align:center;&quot;&gt;&lt;b style=&quot;color: rgb(63, 63, 63); background-color: transparent;&quot;&gt;RegisterCategoryViewModelAdapter&lt;/b&gt;&lt;/p&gt;&lt;hr size=&quot;1&quot; style=&quot;border-style:solid;&quot;&gt;&lt;p style=&quot;margin:0px;margin-left:4px;&quot;&gt;&lt;br&gt;&lt;/p&gt;&lt;p style=&quot;margin:0px;margin-left:4px;&quot;&gt;&lt;br&gt;&lt;/p&gt;&lt;hr size=&quot;1&quot; style=&quot;border-style:solid;&quot;&gt;&lt;p style=&quot;margin:0px;margin-left:4px;&quot;&gt;&lt;span style=&quot;color: rgb(63, 63, 63); scrollbar-color: rgb(226, 226, 226) rgb(251, 251, 251); background-color: transparent;&quot;&gt;+&lt;/span&gt;&lt;span style=&quot;background-color: transparent; color: rgb(63, 63, 63);&quot;&gt;Restorer&lt;/span&gt;&lt;/p&gt;&lt;p style=&quot;margin:0px;margin-left:4px;&quot;&gt;&lt;span style=&quot;color: rgb(63, 63, 63); scrollbar-color: rgb(226, 226, 226) rgb(251, 251, 251); background-color: transparent;&quot;&gt;(&lt;/span&gt;&lt;span style=&quot;scrollbar-color: rgb(226, 226, 226) rgb(251, 251, 251); background-color: transparent; text-align: center; color: rgb(63, 63, 63);&quot;&gt;&amp;nbsp;ta&lt;/span&gt;&lt;span style=&quot;color: rgb(63, 63, 63); text-align: center; background-color: transparent;&quot;&gt;rget&lt;/span&gt;&lt;span style=&quot;background-color: transparent; scrollbar-color: rgb(226, 226, 226) rgb(251, 251, 251); color: rgb(63, 63, 63);&quot;&gt;)&lt;/span&gt;&lt;span style=&quot;background-color: transparent; color: rgb(63, 63, 63);&quot;&gt;：&lt;/span&gt;&lt;span style=&quot;color: rgb(63, 63, 63); text-align: center; background-color: transparent;&quot;&gt;RegisterCategoryViewModel&lt;/span&gt;&lt;/p&gt;" style="verticalAlign=top;align=left;overflow=fill;html=1;whiteSpace=wrap;" parent="1" vertex="1">
+                 <mxCell id="31" value="&lt;p style=&quot;margin:0px;margin-top:4px;text-align:center;&quot;&gt;&lt;b style=&quot;color: rgb(63, 63, 63); background-color: transparent;&quot;&gt;RegisterCategoryViewModelAdapter&lt;/b&gt;&lt;/p&gt;&lt;hr size=&quot;1&quot; style=&quot;border-style:solid;&quot;&gt;&lt;p style=&quot;margin:0px;margin-left:4px;&quot;&gt;&lt;br&gt;&lt;/p&gt;&lt;p style=&quot;margin:0px;margin-left:4px;&quot;&gt;&lt;br&gt;&lt;/p&gt;&lt;hr size=&quot;1&quot; style=&quot;border-style:solid;&quot;&gt;&lt;p style=&quot;margin:0px;margin-left:4px;&quot;&gt;&lt;span style=&quot;color: rgb(63, 63, 63); scrollbar-color: rgb(226, 226, 226) rgb(251, 251, 251); background-color: transparent;&quot;&gt;+Restore&lt;/span&gt;&lt;/p&gt;&lt;p style=&quot;margin:0px;margin-left:4px;&quot;&gt;&lt;span style=&quot;color: rgb(63, 63, 63); scrollbar-color: rgb(226, 226, 226) rgb(251, 251, 251); background-color: transparent;&quot;&gt;(&lt;/span&gt;&lt;span style=&quot;scrollbar-color: rgb(226, 226, 226) rgb(251, 251, 251); background-color: transparent; text-align: center; color: rgb(63, 63, 63);&quot;&gt;&amp;nbsp;RegisterCategoryRequest&lt;/span&gt;&lt;span style=&quot;background-color: transparent; scrollbar-color: rgb(226, 226, 226) rgb(251, 251, 251); color: rgb(63, 63, 63);&quot;&gt;)&lt;/span&gt;&lt;span style=&quot;background-color: transparent; color: rgb(63, 63, 63);&quot;&gt;：Category&lt;/span&gt;&lt;/p&gt;" style="verticalAlign=top;align=left;overflow=fill;html=1;whiteSpace=wrap;" parent="1" vertex="1">
                    <mxGeometry x="868.25" y="1120" width="220" height="120" as="geometry"/>
                </mxCell>
                <mxCell id="33" style="edgeStyle=none;html=1;exitX=0.5;exitY=0;exitDx=0;exitDy=0;entryX=0.332;entryY=1.009;entryDx=0;entryDy=0;entryPerimeter=0;" parent="1" source="31" target="22" edge="1">
                    <mxGeometry relative="1" as="geometry"/>
                </mxCell>
                <mxCell id="34" style="edgeStyle=none;html=1;exitX=0.396;exitY=0;exitDx=0;exitDy=0;entryX=0.308;entryY=0.994;entryDx=0;entryDy=0;entryPerimeter=0;exitPerimeter=0;" parent="1" source="13" target="8" edge="1">
                    <mxGeometry relative="1" as="geometry"/>
                </mxCell>
-                 <mxCell id="35" value="&lt;p style=&quot;margin:0px;margin-top:4px;text-align:center;&quot;&gt;&lt;b style=&quot;color: rgb(63, 63, 63); background-color: transparent;&quot;&gt;Login&lt;span style=&quot;color: rgb(63, 63, 63);&quot;&gt;Employee&lt;/span&gt;ViewModelAdapter&lt;/b&gt;&lt;/p&gt;&lt;hr size=&quot;1&quot; style=&quot;border-style:solid;&quot;&gt;&lt;p style=&quot;margin:0px;margin-left:4px;&quot;&gt;&lt;br&gt;&lt;/p&gt;&lt;p style=&quot;margin:0px;margin-left:4px;&quot;&gt;&lt;br&gt;&lt;/p&gt;&lt;hr size=&quot;1&quot; style=&quot;border-style:solid;&quot;&gt;&lt;p style=&quot;margin:0px;margin-left:4px;&quot;&gt;&lt;span style=&quot;color: rgb(63, 63, 63); scrollbar-color: rgb(226, 226, 226) rgb(251, 251, 251); background-color: transparent;&quot;&gt;+&lt;/span&gt;&lt;span style=&quot;background-color: transparent; color: rgb(63, 63, 63);&quot;&gt;Restorer&lt;/span&gt;&lt;/p&gt;&lt;p style=&quot;margin:0px;margin-left:4px;&quot;&gt;&lt;span style=&quot;color: rgb(63, 63, 63); scrollbar-color: rgb(226, 226, 226) rgb(251, 251, 251); background-color: transparent;&quot;&gt;(&lt;/span&gt;&lt;span style=&quot;scrollbar-color: rgb(226, 226, 226) rgb(251, 251, 251); background-color: transparent; text-align: center; color: rgb(63, 63, 63);&quot;&gt;&amp;nbsp;t&lt;/span&gt;&lt;span style=&quot;color: rgb(63, 63, 63); text-align: center; background-color: transparent;&quot;&gt;arget&lt;/span&gt;&lt;span style=&quot;background-color: transparent; scrollbar-color: rgb(226, 226, 226) rgb(251, 251, 251); color: rgb(63, 63, 63);&quot;&gt;)&lt;/span&gt;&lt;span style=&quot;background-color: transparent; color: rgb(63, 63, 63);&quot;&gt;：Login&lt;/span&gt;&lt;span style=&quot;color: rgb(63, 63, 63); text-align: center; background-color: transparent;&quot;&gt;UserViewModel&lt;/span&gt;&lt;/p&gt;" style="verticalAlign=top;align=left;overflow=fill;html=1;whiteSpace=wrap;" parent="1" vertex="1">
-                     <mxGeometry x="2440" y="1120" width="270" height="120" as="geometry"/>
-                 </mxCell>
-                 <mxCell id="36" style="edgeStyle=none;html=1;exitX=0.344;exitY=0.025;exitDx=0;exitDy=0;entryX=0.25;entryY=1;entryDx=0;entryDy=0;exitPerimeter=0;" parent="1" source="35" target="9" edge="1">
-                     <mxGeometry relative="1" as="geometry"/>
-                 </mxCell>
-                 <mxCell id="37" value="&amp;lt;&amp;lt;Use&amp;gt;&amp;gt;" style="text;html=1;align=center;verticalAlign=middle;whiteSpace=wrap;rounded=0;" parent="1" vertex="1">
-                     <mxGeometry x="2545" y="1090" width="60" height="30" as="geometry"/>
-                 </mxCell>
                <mxCell id="38" value="&amp;lt;&amp;lt;Use&amp;gt;&amp;gt;" style="text;html=1;align=center;verticalAlign=middle;whiteSpace=wrap;rounded=0;" parent="1" vertex="1">
                    <mxGeometry x="1820" y="1090" width="60" height="30" as="geometry"/>
                </mxCell>
                <mxCell id="39" value="&amp;lt;&amp;lt;Use&amp;gt;&amp;gt;" style="text;html=1;align=center;verticalAlign=middle;whiteSpace=wrap;rounded=0;" parent="1" vertex="1">
                    <mxGeometry x="990" y="1080" width="60" height="30" as="geometry"/>
                </mxCell>
-                 <mxCell id="40" value="&amp;lt;&amp;lt;Use&amp;gt;&amp;gt;" style="text;html=1;align=center;verticalAlign=middle;whiteSpace=wrap;rounded=0;" parent="1" vertex="1">
-                     <mxGeometry x="323.75" y="1080" width="60" height="30" as="geometry"/>
-                 </mxCell>
-                 <mxCell id="41" value="&amp;lt;&amp;lt;Use&amp;gt;&amp;gt;" style="text;html=1;align=center;verticalAlign=middle;whiteSpace=wrap;rounded=0;" parent="1" vertex="1">
-                     <mxGeometry x="-90" y="1080" width="60" height="30" as="geometry"/>
-                 </mxCell>
                <mxCell id="42" value="&amp;lt;&amp;lt;Use&amp;gt;&amp;gt;" style="text;html=1;align=center;verticalAlign=middle;whiteSpace=wrap;rounded=0;" parent="1" vertex="1">
-                     <mxGeometry x="-481.75" y="1080" width="60" height="30" as="geometry"/>
+                     <mxGeometry x="-871.75" y="1080" width="60" height="30" as="geometry"/>
                </mxCell>
                <mxCell id="47" value="controller" style="text;html=1;align=center;verticalAlign=middle;whiteSpace=wrap;rounded=0;fontStyle=1;fontSize=21;" parent="1" vertex="1">
                    <mxGeometry x="-590" y="820" width="60" height="30" as="geometry"/>
                </mxCell>
                <mxCell id="64" value="Adapter" style="text;html=1;align=center;verticalAlign=middle;whiteSpace=wrap;rounded=0;fontStyle=1;fontSize=21;" parent="1" vertex="1">
                    <mxGeometry x="-583" y="1280" width="60" height="30" as="geometry"/>
                </mxCell>
                <mxCell id="67" value="ViewModel" style="text;html=1;align=center;verticalAlign=middle;whiteSpace=wrap;rounded=0;fontStyle=1;fontSize=21;" parent="1" vertex="1">
-                     <mxGeometry x="-413" y="1580" width="60" height="30" as="geometry"/>
+                     <mxGeometry x="-793" y="1580" width="60" height="30" as="geometry"/>
                </mxCell>
                <mxCell id="68" value="Extention" style="text;html=1;align=center;verticalAlign=middle;whiteSpace=wrap;rounded=0;fontStyle=1;fontSize=21;" parent="1" vertex="1">
                    <mxGeometry x="-413" y="1820" width="60" height="30" as="geometry"/>
                </mxCell>
-                 <mxCell id="80" value="&lt;p style=&quot;margin:0px;margin-top:4px;text-align:center;&quot;&gt;&lt;span style=&quot;color: rgb(63, 63, 63); background-color: transparent;&quot;&gt;&lt;b&gt;&lt;span style=&quot;color: rgb(63, 63, 63);&quot;&gt;Products&lt;/span&gt;ViewModelAdapter&lt;/b&gt;&lt;/span&gt;&lt;/p&gt;&lt;hr size=&quot;1&quot; style=&quot;border-style:solid;&quot;&gt;&lt;p style=&quot;margin:0px;margin-left:4px;&quot;&gt;&lt;br&gt;&lt;/p&gt;&lt;p style=&quot;margin:0px;margin-left:4px;&quot;&gt;&lt;br&gt;&lt;/p&gt;&lt;hr size=&quot;1&quot; style=&quot;border-style:solid;&quot;&gt;&lt;p style=&quot;margin:0px;margin-left:4px;&quot;&gt;&lt;span style=&quot;color: rgb(63, 63, 63); scrollbar-color: rgb(226, 226, 226) rgb(251, 251, 251); background-color: transparent;&quot;&gt;+&lt;span style=&quot;color: rgb(63, 63, 63);&quot;&gt;Restorer&lt;/span&gt;&lt;/span&gt;&lt;/p&gt;&lt;p style=&quot;text-align: center; margin: 0px 0px 0px 4px;&quot;&gt;&lt;span style=&quot;color: rgb(63, 63, 63); scrollbar-color: rgb(226, 226, 226) rgb(251, 251, 251); background-color: transparent;&quot;&gt;(List&amp;lt;Product&amp;gt;&lt;/span&gt;&lt;span style=&quot;background-color: transparent; scrollbar-color: rgb(226, 226, 226) rgb(251, 251, 251); color: rgb(63, 63, 63);&quot;&gt;)&lt;/span&gt;&lt;span style=&quot;background-color: transparent; color: rgb(63, 63, 63);&quot;&gt;：&lt;/span&gt;&lt;span style=&quot;background-color: transparent; scrollbar-color: rgb(226, 226, 226) rgb(251, 251, 251); color: rgb(63, 63, 63);&quot;&gt;ProductsResponse&lt;/span&gt;&lt;/p&gt;" style="verticalAlign=top;align=left;overflow=fill;html=1;whiteSpace=wrap;" parent="1" vertex="1">
+                 <mxCell id="80" value="&lt;p style=&quot;margin:0px;margin-top:4px;text-align:center;&quot;&gt;&lt;span style=&quot;color: rgb(63, 63, 63); background-color: transparent;&quot;&gt;&lt;b&gt;&lt;span style=&quot;color: rgb(63, 63, 63);&quot;&gt;Products&lt;/span&gt;ViewModelAdapter&lt;/b&gt;&lt;/span&gt;&lt;/p&gt;&lt;hr size=&quot;1&quot; style=&quot;border-style:solid;&quot;&gt;&lt;p style=&quot;margin:0px;margin-left:4px;&quot;&gt;&lt;br&gt;&lt;/p&gt;&lt;p style=&quot;margin:0px;margin-left:4px;&quot;&gt;&lt;br&gt;&lt;/p&gt;&lt;hr size=&quot;1&quot; style=&quot;border-style:solid;&quot;&gt;&lt;p style=&quot;margin:0px;margin-left:4px;&quot;&gt;&lt;span style=&quot;color: rgb(63, 63, 63); scrollbar-color: rgb(226, 226, 226) rgb(251, 251, 251); background-color: transparent;&quot;&gt;+Convert&lt;/span&gt;&lt;/p&gt;&lt;p style=&quot;text-align: center; margin: 0px 0px 0px 4px;&quot;&gt;&lt;span style=&quot;color: rgb(63, 63, 63); scrollbar-color: rgb(226, 226, 226) rgb(251, 251, 251); background-color: transparent;&quot;&gt;(List&amp;lt;Product&amp;gt;&lt;/span&gt;&lt;span style=&quot;background-color: transparent; scrollbar-color: rgb(226, 226, 226) rgb(251, 251, 251); color: rgb(63, 63, 63);&quot;&gt;)&lt;/span&gt;&lt;span style=&quot;background-color: transparent; color: rgb(63, 63, 63);&quot;&gt;：&lt;/span&gt;&lt;span style=&quot;background-color: transparent; scrollbar-color: rgb(226, 226, 226) rgb(251, 251, 251); color: rgb(63, 63, 63);&quot;&gt;ProductsResponse&lt;/span&gt;&lt;/p&gt;" style="verticalAlign=top;align=left;overflow=fill;html=1;whiteSpace=wrap;" parent="1" vertex="1">
                    <mxGeometry x="490" y="1120" width="230" height="120" as="geometry"/>
                </mxCell>
                <mxCell id="81" value="&amp;lt;&amp;lt;Use&amp;gt;&amp;gt;" style="text;html=1;align=center;verticalAlign=middle;whiteSpace=wrap;rounded=0;" parent="1" vertex="1">
                    <mxGeometry x="590" y="1080" width="60" height="30" as="geometry"/>
                </mxCell>
                <mxCell id="82" style="edgeStyle=none;html=1;exitX=0.25;exitY=0;exitDx=0;exitDy=0;entryX=0.169;entryY=0.994;entryDx=0;entryDy=0;entryPerimeter=0;" parent="1" source="80" target="7" edge="1">
                    <mxGeometry relative="1" as="geometry"/>
                </mxCell>
                <mxCell id="83" value="&lt;p style=&quot;margin:0px;margin-top:4px;text-align:center;&quot;&gt;&lt;b&gt;RegisterCategoryViewModel&lt;/b&gt;&lt;/p&gt;&lt;hr size=&quot;1&quot; style=&quot;border-style:solid;&quot;&gt;&lt;p style=&quot;color: rgb(63, 63, 63); scrollbar-color: rgb(226, 226, 226) rgb(251, 251, 251); margin: 0px 0px 0px 4px;&quot;&gt;&lt;span style=&quot;scrollbar-color: rgb(226, 226, 226) rgb(251, 251, 251); background-color: transparent; color: rgb(63, 63, 63);&quot;&gt;+productName : string&lt;/span&gt;&lt;/p&gt;&lt;p style=&quot;color: rgb(63, 63, 63); scrollbar-color: rgb(226, 226, 226) rgb(251, 251, 251); margin: 0px 0px 0px 4px;&quot;&gt;+price : int&lt;/p&gt;&lt;p style=&quot;color: rgb(63, 63, 63); scrollbar-color: rgb(226, 226, 226) rgb(251, 251, 251); margin: 0px 0px 0px 4px;&quot;&gt;+stock : int&lt;/p&gt;&lt;p style=&quot;color: rgb(63, 63, 63); scrollbar-color: rgb(226, 226, 226) rgb(251, 251, 251); margin: 0px 0px 0px 4px;&quot;&gt;+categoryId : striing&lt;/p&gt;&lt;p style=&quot;color: rgb(63, 63, 63); scrollbar-color: rgb(226, 226, 226) rgb(251, 251, 251); margin: 0px 0px 0px 4px;&quot;&gt;+productImage : IformFile&lt;/p&gt;&lt;p style=&quot;margin:0px;margin-left:4px;&quot;&gt;&lt;br&gt;&lt;/p&gt;&lt;hr size=&quot;1&quot; style=&quot;border-style:solid;&quot;&gt;&lt;p style=&quot;margin:0px;margin-left:4px;&quot;&gt;&lt;br&gt;&lt;/p&gt;" style="verticalAlign=top;align=left;overflow=fill;html=1;whiteSpace=wrap;" parent="1" vertex="1">
-                     <mxGeometry x="150" y="1390" width="170" height="150" as="geometry"/>
+                     <mxGeometry x="-230" y="1390" width="170" height="150" as="geometry"/>
                </mxCell>
                <mxCell id="84" value="&lt;p style=&quot;margin:0px;margin-top:4px;text-align:center;&quot;&gt;&lt;b&gt;GetUnregisterdEmployeeController&lt;/b&gt;&lt;/p&gt;&lt;hr size=&quot;1&quot; style=&quot;border-style:solid;&quot;&gt;&lt;p style=&quot;margin:0px;margin-left:4px;&quot;&gt;&lt;span style=&quot;color: rgb(63, 63, 63); background-color: transparent;&quot;&gt;+GetUnregisteredEmployees() : UnregisteredEmployeesResponse&lt;/span&gt;&lt;/p&gt;&lt;div&gt;&lt;br&gt;&lt;/div&gt;" style="verticalAlign=top;align=left;overflow=fill;html=1;whiteSpace=wrap;" vertex="1" parent="1">
                    <mxGeometry x="2080" y="870" width="350" height="180" as="geometry"/>
                </mxCell>
                <mxCell id="85" value="&lt;p style=&quot;margin:0px;margin-top:4px;text-align:center;&quot;&gt;&lt;b style=&quot;color: rgb(63, 63, 63); background-color: transparent;&quot;&gt;UnregisteredViewModelAdapter&lt;/b&gt;&lt;/p&gt;&lt;hr size=&quot;1&quot; style=&quot;border-style:solid;&quot;&gt;&lt;p style=&quot;margin:0px;margin-left:4px;&quot;&gt;&lt;br&gt;&lt;/p&gt;&lt;p style=&quot;margin:0px;margin-left:4px;&quot;&gt;&lt;br&gt;&lt;/p&gt;&lt;hr size=&quot;1&quot; style=&quot;border-style:solid;&quot;&gt;&lt;p style=&quot;margin:0px;margin-left:4px;&quot;&gt;&lt;span style=&quot;color: rgb(63, 63, 63); scrollbar-color: rgb(226, 226, 226) rgb(251, 251, 251); background-color: transparent;&quot;&gt;+Convert&lt;/span&gt;&lt;/p&gt;&lt;p style=&quot;text-align: center; margin: 0px 0px 0px 4px;&quot;&gt;&lt;span style=&quot;color: rgb(63, 63, 63); scrollbar-color: rgb(226, 226, 226) rgb(251, 251, 251); background-color: transparent;&quot;&gt;(&lt;/span&gt;&lt;span style=&quot;scrollbar-color: rgb(226, 226, 226) rgb(251, 251, 251); background-color: transparent; text-align: center; color: rgb(63, 63, 63);&quot;&gt;&amp;nbsp;List&amp;lt;Employee&amp;gt; target&lt;/span&gt;&lt;span style=&quot;background-color: transparent; scrollbar-color: rgb(226, 226, 226) rgb(251, 251, 251); color: rgb(63, 63, 63);&quot;&gt;)&lt;/span&gt;&lt;span style=&quot;background-color: transparent; color: rgb(63, 63, 63);&quot;&gt;：UnregisteredEmployeesResponse&lt;/span&gt;&lt;/p&gt;" style="verticalAlign=top;align=left;overflow=fill;html=1;whiteSpace=wrap;" vertex="1" parent="1">
                    <mxGeometry x="2090" y="1120" width="240" height="120" as="geometry"/>
                </mxCell>
                <mxCell id="86" style="edgeStyle=none;html=1;exitX=0.396;exitY=0;exitDx=0;exitDy=0;entryX=0.308;entryY=0.994;entryDx=0;entryDy=0;entryPerimeter=0;exitPerimeter=0;" edge="1" source="85" target="84" parent="1">
                    <mxGeometry relative="1" as="geometry"/>
                </mxCell>
                <mxCell id="87" value="&amp;lt;&amp;lt;Use&amp;gt;&amp;gt;" style="text;html=1;align=center;verticalAlign=middle;whiteSpace=wrap;rounded=0;" vertex="1" parent="1">
                    <mxGeometry x="2210" y="1090" width="60" height="30" as="geometry"/>
                </mxCell>
                <mxCell id="88" value="&lt;p style=&quot;margin:0px;margin-top:4px;text-align:center;&quot;&gt;&lt;b&gt;GetCategoriesController&lt;/b&gt;&lt;/p&gt;&lt;hr size=&quot;1&quot; style=&quot;border-style:solid;&quot;&gt;&lt;p style=&quot;margin:0px;margin-left:4px;&quot;&gt;&lt;span style=&quot;color: rgb(63, 63, 63); background-color: transparent;&quot;&gt;&amp;nbsp;+GetCategories() : GetCategoriesResponse&lt;/span&gt;&lt;/p&gt;" style="verticalAlign=top;align=left;overflow=fill;html=1;whiteSpace=wrap;" vertex="1" parent="1">
                    <mxGeometry x="1280" y="870" width="330" height="180" as="geometry"/>
                </mxCell>
-                 <mxCell id="89" value="&lt;p style=&quot;margin:0px;margin-top:4px;text-align:center;&quot;&gt;&lt;b style=&quot;color: rgb(63, 63, 63); background-color: transparent;&quot;&gt;GetCategoriesViewModelAdapter&lt;/b&gt;&lt;/p&gt;&lt;hr size=&quot;1&quot; style=&quot;border-style:solid;&quot;&gt;&lt;p style=&quot;margin:0px;margin-left:4px;&quot;&gt;&lt;br&gt;&lt;/p&gt;&lt;p style=&quot;margin:0px;margin-left:4px;&quot;&gt;&lt;br&gt;&lt;/p&gt;&lt;hr size=&quot;1&quot; style=&quot;border-style:solid;&quot;&gt;&lt;p style=&quot;margin:0px;margin-left:4px;&quot;&gt;&lt;span style=&quot;color: rgb(63, 63, 63); scrollbar-color: rgb(226, 226, 226) rgb(251, 251, 251); background-color: transparent;&quot;&gt;+&lt;/span&gt;&lt;span style=&quot;background-color: transparent; color: rgb(63, 63, 63);&quot;&gt;Restorer&lt;/span&gt;&lt;/p&gt;&lt;p style=&quot;text-align: center; margin: 0px 0px 0px 4px;&quot;&gt;&lt;span style=&quot;color: rgb(63, 63, 63); scrollbar-color: rgb(226, 226, 226) rgb(251, 251, 251); background-color: transparent;&quot;&gt;(List&amp;lt;Category&amp;gt;&lt;/span&gt;&lt;span style=&quot;background-color: transparent; scrollbar-color: rgb(226, 226, 226) rgb(251, 251, 251); color: rgb(63, 63, 63);&quot;&gt;)&lt;/span&gt;&lt;span style=&quot;background-color: transparent; color: rgb(63, 63, 63);&quot;&gt;：GetCategoriesResponse&lt;/span&gt;&lt;/p&gt;" style="verticalAlign=top;align=left;overflow=fill;html=1;whiteSpace=wrap;" vertex="1" parent="1">
+                 <mxCell id="89" value="&lt;p style=&quot;margin:0px;margin-top:4px;text-align:center;&quot;&gt;&lt;b style=&quot;color: rgb(63, 63, 63); background-color: transparent;&quot;&gt;GetCategoriesViewModelAdapter&lt;/b&gt;&lt;/p&gt;&lt;hr size=&quot;1&quot; style=&quot;border-style:solid;&quot;&gt;&lt;p style=&quot;margin:0px;margin-left:4px;&quot;&gt;&lt;br&gt;&lt;/p&gt;&lt;p style=&quot;margin:0px;margin-left:4px;&quot;&gt;&lt;br&gt;&lt;/p&gt;&lt;hr size=&quot;1&quot; style=&quot;border-style:solid;&quot;&gt;&lt;p style=&quot;margin:0px;margin-left:4px;&quot;&gt;&lt;span style=&quot;color: rgb(63, 63, 63); scrollbar-color: rgb(226, 226, 226) rgb(251, 251, 251); background-color: transparent;&quot;&gt;+&lt;/span&gt;&lt;span style=&quot;background-color: transparent; color: rgb(63, 63, 63);&quot;&gt;Restore&lt;/span&gt;&lt;/p&gt;&lt;p style=&quot;text-align: center; margin: 0px 0px 0px 4px;&quot;&gt;&lt;span style=&quot;color: rgb(63, 63, 63); scrollbar-color: rgb(226, 226, 226) rgb(251, 251, 251); background-color: transparent;&quot;&gt;(List&amp;lt;Category&amp;gt;&lt;/span&gt;&lt;span style=&quot;background-color: transparent; scrollbar-color: rgb(226, 226, 226) rgb(251, 251, 251); color: rgb(63, 63, 63);&quot;&gt;)&lt;/span&gt;&lt;span style=&quot;background-color: transparent; color: rgb(63, 63, 63);&quot;&gt;：GetCategoriesResponse&lt;/span&gt;&lt;/p&gt;" style="verticalAlign=top;align=left;overflow=fill;html=1;whiteSpace=wrap;" vertex="1" parent="1">
                    <mxGeometry x="1280" y="1120" width="220" height="120" as="geometry"/>
                </mxCell>
                <mxCell id="90" style="edgeStyle=none;html=1;exitX=0.5;exitY=0;exitDx=0;exitDy=0;entryX=0.332;entryY=1.009;entryDx=0;entryDy=0;entryPerimeter=0;" edge="1" source="89" target="88" parent="1">
                    <mxGeometry relative="1" as="geometry"/>
                </mxCell>
                <mxCell id="91" value="&amp;lt;&amp;lt;Use&amp;gt;&amp;gt;" style="text;html=1;align=center;verticalAlign=middle;whiteSpace=wrap;rounded=0;" vertex="1" parent="1">
                    <mxGeometry x="1401.75" y="1080" width="60" height="30" as="geometry"/>
                </mxCell>
+                 <mxCell id="92" style="edgeStyle=none;html=1;exitX=0.5;exitY=0;exitDx=0;exitDy=0;entryX=0.337;entryY=1.02;entryDx=0;entryDy=0;entryPerimeter=0;" edge="1" source="94" target="93" parent="1">
+                     <mxGeometry relative="1" as="geometry"/>
+                 </mxCell>
+                 <mxCell id="93" value="&lt;p style=&quot;margin:0px;margin-top:4px;text-align:center;&quot;&gt;&lt;b&gt;GetProductInfoController&lt;/b&gt;&lt;/p&gt;&lt;hr size=&quot;1&quot; style=&quot;border-style:solid;&quot;&gt;&lt;p style=&quot;color: rgb(63, 63, 63); scrollbar-color: rgb(226, 226, 226) rgb(251, 251, 251); margin: 0px 0px 0px 4px;&quot;&gt;&lt;span style=&quot;background-color: transparent;&quot;&gt;+GetInfo([FromQuery] productUuId: string) : GetProductInfoResponse&lt;/span&gt;&lt;/p&gt;" style="verticalAlign=top;align=left;overflow=fill;html=1;whiteSpace=wrap;" vertex="1" parent="1">
+                     <mxGeometry x="110" y="870" width="290" height="180" as="geometry"/>
+                 </mxCell>
+                 <mxCell id="94" value="&lt;p style=&quot;margin:0px;margin-top:4px;text-align:center;&quot;&gt;&lt;span style=&quot;color: rgb(63, 63, 63); background-color: transparent;&quot;&gt;&lt;span style=&quot;color: rgb(63, 63, 63);&quot;&gt;GetProduct&lt;/span&gt;ViewModelAdapter&lt;/span&gt;&lt;/p&gt;&lt;hr size=&quot;1&quot; style=&quot;border-style:solid;&quot;&gt;&lt;p style=&quot;margin:0px;margin-left:4px;&quot;&gt;&lt;br&gt;&lt;/p&gt;&lt;p style=&quot;margin:0px;margin-left:4px;&quot;&gt;&lt;br&gt;&lt;/p&gt;&lt;hr size=&quot;1&quot; style=&quot;border-style:solid;&quot;&gt;&lt;p style=&quot;margin:0px;margin-left:4px;&quot;&gt;&lt;span style=&quot;color: rgb(63, 63, 63); scrollbar-color: rgb(226, 226, 226) rgb(251, 251, 251); background-color: transparent;&quot;&gt;+Convert&lt;/span&gt;&lt;/p&gt;&lt;p style=&quot;text-align: center; margin: 0px 0px 0px 4px;&quot;&gt;&lt;span style=&quot;color: rgb(63, 63, 63); scrollbar-color: rgb(226, 226, 226) rgb(251, 251, 251); background-color: transparent;&quot;&gt;(Product&lt;/span&gt;&lt;span style=&quot;background-color: transparent; scrollbar-color: rgb(226, 226, 226) rgb(251, 251, 251); color: rgb(63, 63, 63);&quot;&gt;)&lt;/span&gt;&lt;span style=&quot;background-color: transparent; color: rgb(63, 63, 63);&quot;&gt;：GetProductInfoResponse&lt;/span&gt;&lt;/p&gt;" style="verticalAlign=top;align=left;overflow=fill;html=1;whiteSpace=wrap;" vertex="1" parent="1">
+                     <mxGeometry x="110" y="1120" width="195" height="120" as="geometry"/>
+                 </mxCell>
+                 <mxCell id="95" value="&amp;lt;&amp;lt;Use&amp;gt;&amp;gt;" style="text;html=1;align=center;verticalAlign=middle;whiteSpace=wrap;rounded=0;" vertex="1" parent="1">
+                     <mxGeometry x="273.75" y="1080" width="60" height="30" as="geometry"/>
+                 </mxCell>
+                 <mxCell id="98" value="&lt;p style=&quot;margin:0px;margin-top:4px;text-align:center;&quot;&gt;&lt;span style=&quot;color: rgb(63, 63, 63);&quot;&gt;&lt;b&gt;UnregisteredEmployeesResponse&lt;/b&gt;&lt;/span&gt;&lt;/p&gt;&lt;hr size=&quot;1&quot; style=&quot;border-style:solid;&quot;&gt;&lt;p style=&quot;margin:0px;margin-left:4px;&quot;&gt;+employees : List&amp;lt;UnregisteredEmployeeItem&amp;gt;&amp;nbsp;&lt;/p&gt;&lt;hr size=&quot;1&quot; style=&quot;border-style:solid;&quot;&gt;&lt;p style=&quot;margin:0px;margin-left:4px;&quot;&gt;&lt;br&gt;&lt;/p&gt;" style="verticalAlign=top;align=left;overflow=fill;html=1;whiteSpace=wrap;" vertex="1" parent="1">
+                     <mxGeometry x="2100" y="1280" width="210" height="120" as="geometry"/>
+                 </mxCell>
+                 <mxCell id="99" value="&lt;p style=&quot;margin:0px;margin-top:4px;text-align:center;&quot;&gt;&lt;span style=&quot;color: rgb(63, 63, 63);&quot;&gt;&lt;b&gt;UnregisteredEmployeesItem&lt;/b&gt;&lt;/span&gt;&lt;/p&gt;&lt;hr size=&quot;1&quot; style=&quot;border-style:solid;&quot;&gt;&lt;p style=&quot;margin:0px;margin-left:4px;&quot;&gt;&lt;/p&gt;&lt;p style=&quot;margin:0px;margin-left:4px;&quot;&gt;&lt;/p&gt;+employeeId : int&amp;nbsp;&lt;div&gt;+accountName : string&amp;nbsp;&lt;/div&gt;&lt;div&gt;+password : string&lt;/div&gt;" style="verticalAlign=top;align=left;overflow=fill;html=1;whiteSpace=wrap;" vertex="1" parent="1">
+                     <mxGeometry x="2100" y="1440" width="210" height="120" as="geometry"/>
+                 </mxCell>
+                 <mxCell id="101" value="&lt;p style=&quot;margin:0px;margin-top:4px;text-align:center;&quot;&gt;&lt;span style=&quot;color: rgb(63, 63, 63);&quot;&gt;&lt;b&gt;SearchProductsResponse&lt;/b&gt;&lt;/span&gt;&lt;/p&gt;&lt;hr size=&quot;1&quot; style=&quot;border-style:solid;&quot;&gt;&lt;p style=&quot;margin:0px;margin-left:4px;&quot;&gt;+products: List&amp;lt;productsItem&amp;gt;&amp;nbsp;&lt;/p&gt;&lt;hr size=&quot;1&quot; style=&quot;border-style:solid;&quot;&gt;&lt;p style=&quot;margin:0px;margin-left:4px;&quot;&gt;&lt;br&gt;&lt;/p&gt;" style="verticalAlign=top;align=left;overflow=fill;html=1;whiteSpace=wrap;" vertex="1" parent="1">
+                     <mxGeometry x="520" y="1280" width="210" height="120" as="geometry"/>
+                 </mxCell>
+                 <mxCell id="102" value="&lt;p style=&quot;margin:0px;margin-top:4px;text-align:center;&quot;&gt;&lt;span style=&quot;color: rgb(63, 63, 63);&quot;&gt;&lt;b&gt;ProductsItem&lt;/b&gt;&lt;/span&gt;&lt;/p&gt;&lt;hr size=&quot;1&quot; style=&quot;border-style:solid;&quot;&gt;&lt;p style=&quot;margin:0px;margin-left:4px;&quot;&gt;&lt;/p&gt;&lt;p style=&quot;margin:0px;margin-left:4px;&quot;&gt;&lt;/p&gt;+productUuid:string&lt;div&gt;+productName : string&amp;nbsp;&lt;/div&gt;&lt;div&gt;+price : int&lt;/div&gt;&lt;div&gt;+imageUrl : string&lt;/div&gt;" style="verticalAlign=top;align=left;overflow=fill;html=1;whiteSpace=wrap;" vertex="1" parent="1">
+                     <mxGeometry x="520" y="1410" width="210" height="120" as="geometry"/>
+                 </mxCell>
+                 <mxCell id="103" value="&lt;p style=&quot;margin:0px;margin-top:4px;text-align:center;&quot;&gt;&lt;b&gt;GetProductInfoResponse&lt;/b&gt;&lt;/p&gt;&lt;hr size=&quot;1&quot; style=&quot;border-style:solid;&quot;&gt;&lt;p style=&quot;color: rgb(63, 63, 63); scrollbar-color: rgb(226, 226, 226) rgb(251, 251, 251); margin: 0px 0px 0px 4px;&quot;&gt;&lt;span style=&quot;scrollbar-color: rgb(226, 226, 226) rgb(251, 251, 251); background-color: transparent; color: rgb(63, 63, 63);&quot;&gt;+productUuid:string&lt;/span&gt;&lt;/p&gt;&lt;p style=&quot;color: rgb(63, 63, 63); scrollbar-color: rgb(226, 226, 226) rgb(251, 251, 251); margin: 0px 0px 0px 4px;&quot;&gt;&lt;span style=&quot;scrollbar-color: rgb(226, 226, 226) rgb(251, 251, 251); background-color: transparent; color: rgb(63, 63, 63);&quot;&gt;+productName : string&lt;/span&gt;&lt;/p&gt;&lt;p style=&quot;color: rgb(63, 63, 63); scrollbar-color: rgb(226, 226, 226) rgb(251, 251, 251); margin: 0px 0px 0px 4px;&quot;&gt;+price : int&lt;/p&gt;&lt;p style=&quot;color: rgb(63, 63, 63); scrollbar-color: rgb(226, 226, 226) rgb(251, 251, 251); margin: 0px 0px 0px 4px;&quot;&gt;+quantity : int&lt;/p&gt;&lt;p style=&quot;color: rgb(63, 63, 63); scrollbar-color: rgb(226, 226, 226) rgb(251, 251, 251); margin: 0px 0px 0px 4px;&quot;&gt;+categoryId : string&lt;/p&gt;&lt;p style=&quot;color: rgb(63, 63, 63); scrollbar-color: rgb(226, 226, 226) rgb(251, 251, 251); margin: 0px 0px 0px 4px;&quot;&gt;+ImageUrl : IformFile&lt;/p&gt;&lt;p style=&quot;margin:0px;margin-left:4px;&quot;&gt;&lt;br&gt;&lt;/p&gt;&lt;hr size=&quot;1&quot; style=&quot;border-style:solid;&quot;&gt;&lt;p style=&quot;margin:0px;margin-left:4px;&quot;&gt;&lt;br&gt;&lt;/p&gt;" style="verticalAlign=top;align=left;overflow=fill;html=1;whiteSpace=wrap;" vertex="1" parent="1">
+                     <mxGeometry x="122.5" y="1260" width="170" height="150" as="geometry"/>
+                 </mxCell>
            </root>
        </mxGraphModel>
    </diagram>
</mxfile>